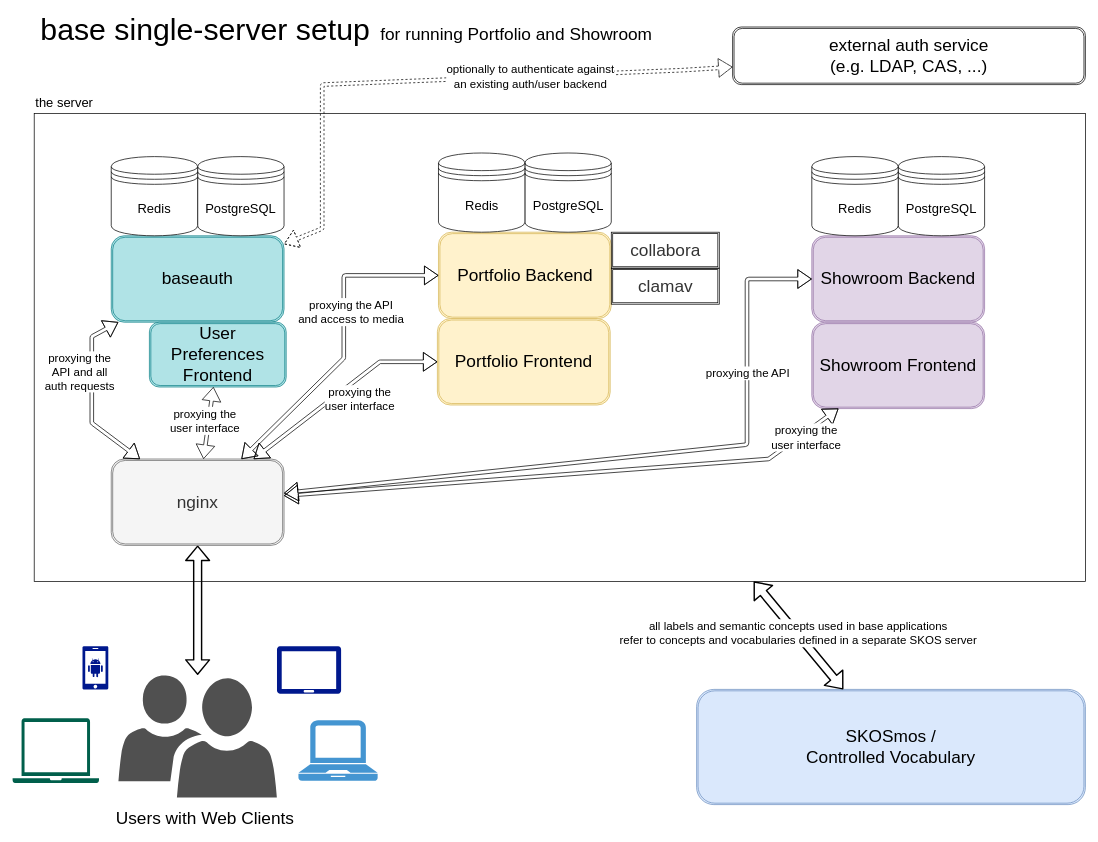
This is docs/source/_static/single-server-architecture.drawio from base-angewandte/base-docs, a draw.io file, before an edit. Source tidied: cells renumbered, new cells numbered last; positions are measured from the earlier drawing's top-left corner, leaving out a move shared by most shapes. Both pictures are drawn from the tidied source at 72%, with x=0, y=0 at pixel (12, 19).
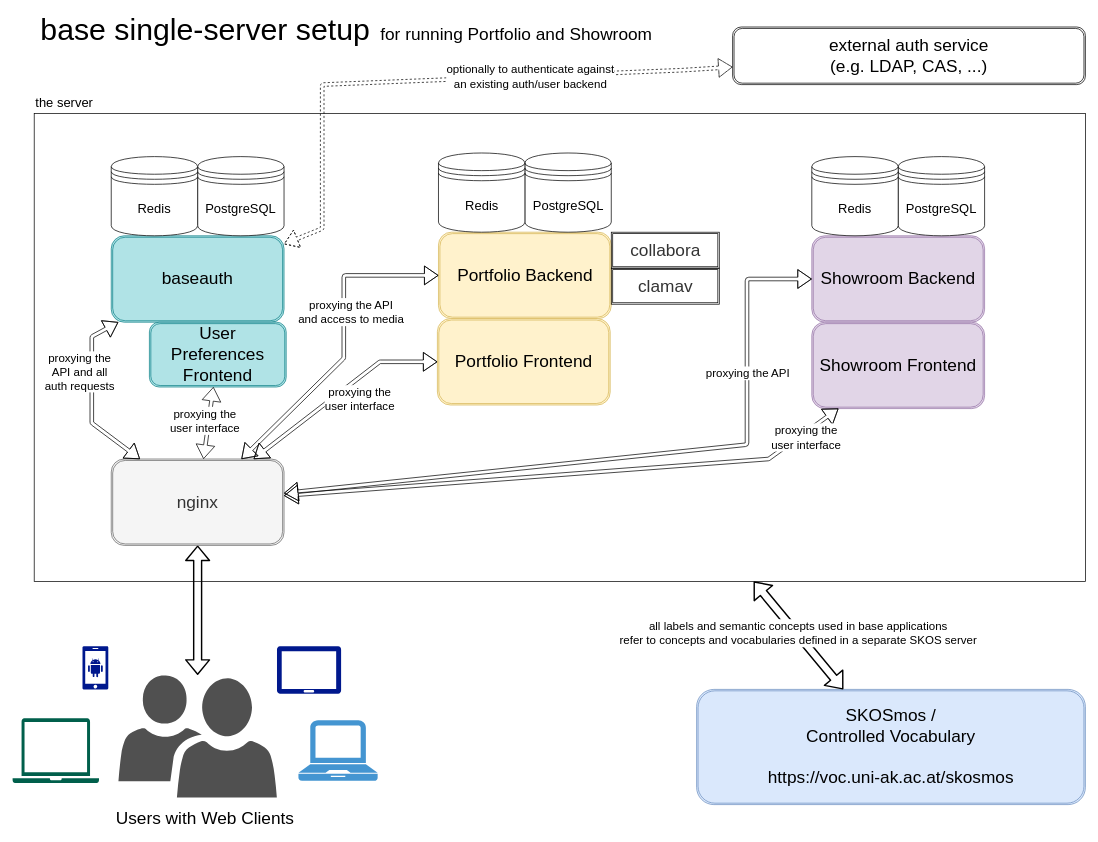
The same diagram, later.

Commit message (it also covers changes not shown here):
docs: update single server setup diagram for skos url

The edit, as a diff of the source:
```diff
@@
-    <mxCell id="15" value="&lt;font style=&quot;font-size: 24px&quot;&gt;SKOSmos /&lt;br&gt;Controlled Vocabulary&lt;br&gt;&lt;/font&gt;" style="shape=ext;double=1;rounded=1;whiteSpace=wrap;html=1;fillColor=#dae8fc;strokeColor=#6c8ebf;" parent="1" vertex="1">
+    <mxCell id="15" value="&lt;font style=&quot;font-size: 24px;&quot;&gt;SKOSmos /&lt;br&gt;&lt;span style=&quot;font-size: 24px;&quot;&gt;Controlled Vocabulary&lt;/span&gt;&lt;br&gt;&lt;br&gt;&lt;span style=&quot;font-size: 24px;&quot;&gt;https://voc.uni-ak.ac.at/skosmos&lt;/span&gt;&lt;br&gt;&lt;/font&gt;" style="shape=ext;double=1;rounded=1;whiteSpace=wrap;html=1;fillColor=#dae8fc;strokeColor=#6c8ebf;" parent="1" vertex="1">
       <mxGeometry x="950" y="930" width="540" height="160" as="geometry" />
     </mxCell>
```
